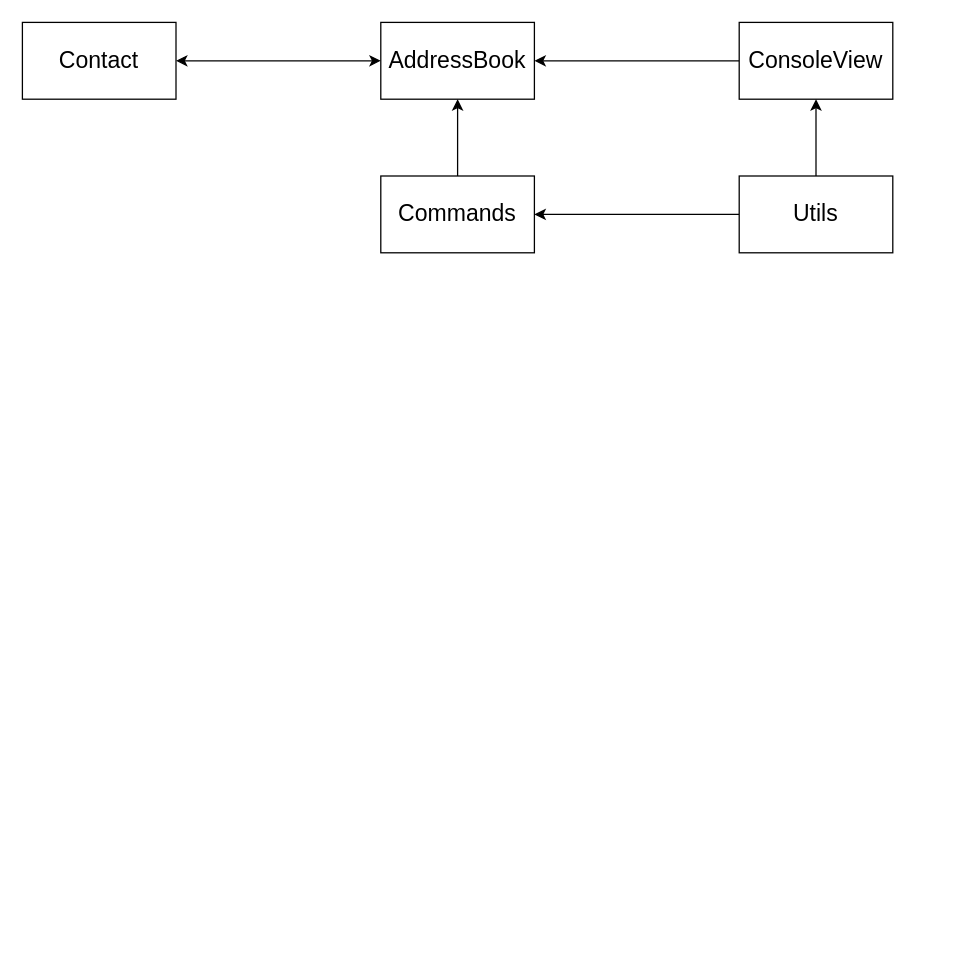
Earlier version of the draw.io diagram uml.drawio (ValKurta/goit-pyweb-hw-01). Source tidied: cells renumbered, new cells numbered last; positions are measured from the earlier drawing's top-left corner, leaving out a move shared by most shapes. Both pictures are drawn from the tidied source at 128%, with x=0, y=0 at pixel (22, 22).
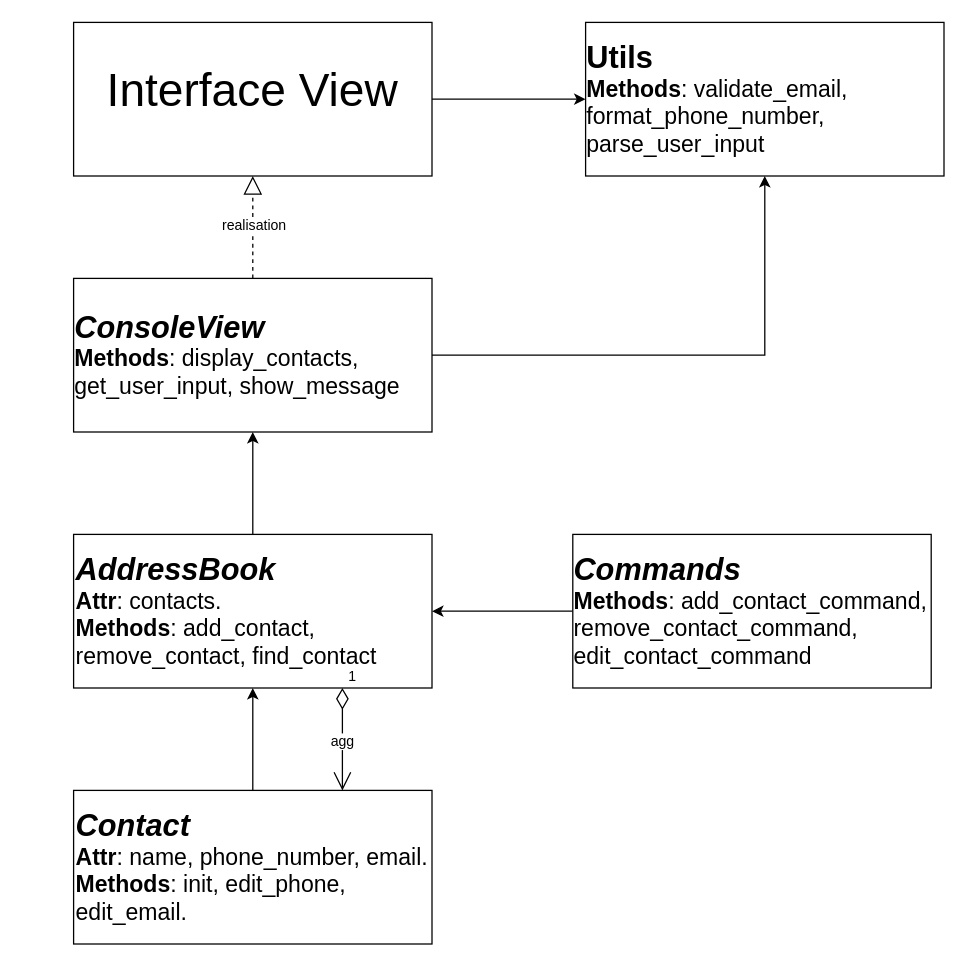
Above is the later version.

Commit message (it also covers changes not shown here):
4.1: +corrected UML diagram

The edit, as a diff of the source:
```diff
@@
 <mxGraphModel>
   <root>
     <mxCell id="0" />
     <mxCell id="1" parent="0" />
+    <mxCell id="11" style="edgeStyle=orthogonalEdgeStyle;rounded=0;jettySize=auto;html=1;exitX=0.5;exitY=0;exitDx=0;exitDy=0;entryX=0.5;entryY=1;entryDx=0;entryDy=0;" parent="1" edge="1" source="2" target="3">
+      <mxGeometry relative="1" as="geometry" />
+    </mxCell>
-    <mxCell id="2" value="&lt;font style=&quot;font-size: 18px;&quot;&gt;Contact&lt;/font&gt;" style="rounded=0;whiteSpace=wrap;html=1;" parent="1" vertex="1">
-      <mxGeometry width="120" height="60" as="geometry" />
+    <mxCell id="2" value="&lt;div style=&quot;&quot;&gt;&lt;span style=&quot;background-color: initial;&quot;&gt;&lt;font style=&quot;font-size: 24px;&quot;&gt;&lt;b&gt;&lt;i&gt;Contact&lt;/i&gt;&lt;/b&gt;&lt;/font&gt;&lt;/span&gt;&lt;/div&gt;&lt;div style=&quot;&quot;&gt;&lt;span style=&quot;background-color: initial; font-size: 18px;&quot;&gt;&lt;b&gt;Attr&lt;/b&gt;: name, phone_number, email.&lt;/span&gt;&lt;/div&gt;&lt;div&gt;&lt;span style=&quot;font-size: 18px; background-color: initial;&quot;&gt;&lt;b&gt;Methods&lt;/b&gt;: &lt;/span&gt;&lt;span style=&quot;font-size: 18px; background-color: initial;&quot;&gt;init&lt;/span&gt;&lt;span style=&quot;font-size: 18px; background-color: initial;&quot;&gt;, edit_phone, edit_email.&lt;/span&gt;&lt;/div&gt;" style="rounded=0;whiteSpace=wrap;html=1;align=left;" parent="1" vertex="1">
+      <mxGeometry x="40" y="600" width="280" height="120" as="geometry" />
     </mxCell>
+    <mxCell id="12" style="edgeStyle=orthogonalEdgeStyle;rounded=0;jettySize=auto;html=1;exitX=0.5;exitY=0;exitDx=0;exitDy=0;entryX=0.5;entryY=1;entryDx=0;entryDy=0;" parent="1" edge="1" source="3" target="5">
+      <mxGeometry relative="1" as="geometry" />
+    </mxCell>
-    <mxCell id="3" value="&lt;font style=&quot;font-size: 18px;&quot;&gt;AddressBook&lt;/font&gt;" style="rounded=0;whiteSpace=wrap;html=1;" parent="1" vertex="1">
-      <mxGeometry x="280" width="120" height="60" as="geometry" />
+    <mxCell id="3" value="&lt;font style=&quot;font-size: 24px;&quot;&gt;&lt;b style=&quot;&quot;&gt;&lt;i&gt;AddressBook&lt;/i&gt;&lt;/b&gt;&lt;/font&gt;&lt;div&gt;&lt;span style=&quot;font-size: 18px; background-color: initial;&quot;&gt;&lt;b&gt;Attr&lt;/b&gt;: contacts.&lt;/span&gt;&lt;/div&gt;&lt;div&gt;&lt;span style=&quot;font-size: 18px; background-color: initial;&quot;&gt;&lt;b&gt;Methods&lt;/b&gt;: add_contact, remove_contact, find_contact&lt;/span&gt;&lt;/div&gt;" style="rounded=0;whiteSpace=wrap;html=1;align=left;" parent="1" vertex="1">
+      <mxGeometry x="40" y="400" width="280" height="120" as="geometry" />
     </mxCell>
-    <mxCell id="4" style="edgeStyle=orthogonalEdgeStyle;rounded=0;jettySize=auto;html=1;exitX=0;exitY=0.5;exitDx=0;exitDy=0;entryX=1;entryY=0.5;entryDx=0;entryDy=0;" parent="1" edge="1" source="5" target="3">
-      <mxGeometry relative="1" as="geometry" />
-    </mxCell>
+    <mxCell id="13" style="edgeStyle=orthogonalEdgeStyle;rounded=0;jettySize=auto;html=1;exitX=1;exitY=0.5;exitDx=0;exitDy=0;entryX=0.5;entryY=1;entryDx=0;entryDy=0;" parent="1" edge="1" source="5" target="10">
+      <mxGeometry relative="1" as="geometry" />
+    </mxCell>
-    <mxCell id="5" value="&lt;font style=&quot;font-size: 18px;&quot;&gt;ConsoleView&lt;/font&gt;" style="rounded=0;whiteSpace=wrap;html=1;" parent="1" vertex="1">
-      <mxGeometry x="560" width="120" height="60" as="geometry" />
+    <mxCell id="5" value="&lt;div style=&quot;text-align: left;&quot;&gt;&lt;span style=&quot;background-color: initial;&quot;&gt;&lt;b style=&quot;&quot;&gt;&lt;i style=&quot;&quot;&gt;&lt;font style=&quot;font-size: 24px;&quot;&gt;ConsoleView&lt;/font&gt;&lt;/i&gt;&lt;/b&gt;&lt;/span&gt;&lt;/div&gt;&lt;div style=&quot;text-align: left;&quot;&gt;&lt;font style=&quot;font-size: 18px;&quot;&gt;&lt;b&gt;Methods&lt;/b&gt;: display_contacts, get_user_input, show_message&lt;br&gt;&lt;/font&gt;&lt;/div&gt;" style="rounded=0;whiteSpace=wrap;html=1;" parent="1" vertex="1">
+      <mxGeometry x="40" y="200" width="280" height="120" as="geometry" />
     </mxCell>
-    <mxCell id="6" style="edgeStyle=orthogonalEdgeStyle;rounded=0;jettySize=auto;html=1;exitX=0.5;exitY=0;exitDx=0;exitDy=0;entryX=0.5;entryY=1;entryDx=0;entryDy=0;" parent="1" edge="1" source="7" target="3">
+    <mxCell id="6" style="edgeStyle=orthogonalEdgeStyle;rounded=0;jettySize=auto;html=1;exitX=0;exitY=0.5;exitDx=0;exitDy=0;entryX=1;entryY=0.5;entryDx=0;entryDy=0;" parent="1" edge="1" source="7" target="3">
       <mxGeometry relative="1" as="geometry" />
     </mxCell>
-    <mxCell id="7" value="&lt;font style=&quot;font-size: 18px;&quot;&gt;Commands&lt;/font&gt;" style="rounded=0;whiteSpace=wrap;html=1;" parent="1" vertex="1">
-      <mxGeometry x="280" y="120" width="120" height="60" as="geometry" />
+    <mxCell id="7" value="&lt;div style=&quot;text-align: left;&quot;&gt;&lt;span style=&quot;background-color: initial;&quot;&gt;&lt;b style=&quot;&quot;&gt;&lt;i style=&quot;&quot;&gt;&lt;font style=&quot;font-size: 24px;&quot;&gt;Commands&lt;/font&gt;&lt;/i&gt;&lt;/b&gt;&lt;/span&gt;&lt;/div&gt;&lt;div style=&quot;text-align: left;&quot;&gt;&lt;font style=&quot;font-size: 18px;&quot;&gt;&lt;b&gt;Methods&lt;/b&gt;: add_contact_command, remove_contact_command, edit_contact_command&lt;br&gt;&lt;/font&gt;&lt;/div&gt;" style="rounded=0;whiteSpace=wrap;html=1;" parent="1" vertex="1">
+      <mxGeometry x="430" y="400" width="280" height="120" as="geometry" />
     </mxCell>
-    <mxCell id="8" style="edgeStyle=orthogonalEdgeStyle;rounded=0;jettySize=auto;html=1;exitX=0;exitY=0.5;exitDx=0;exitDy=0;entryX=1;entryY=0.5;entryDx=0;entryDy=0;" parent="1" edge="1" source="10" target="7">
-      <mxGeometry relative="1" as="geometry" />
-    </mxCell>
-    <mxCell id="9" style="edgeStyle=orthogonalEdgeStyle;rounded=0;jettySize=auto;html=1;exitX=0.5;exitY=0;exitDx=0;exitDy=0;entryX=0.5;entryY=1;entryDx=0;entryDy=0;" parent="1" edge="1" source="10" target="5">
-      <mxGeometry relative="1" as="geometry" />
-    </mxCell>
-    <mxCell id="10" value="&lt;font style=&quot;font-size: 18px;&quot;&gt;Utils&lt;/font&gt;" style="rounded=0;whiteSpace=wrap;html=1;" parent="1" vertex="1">
-      <mxGeometry x="560" y="120" width="120" height="60" as="geometry" />
+    <mxCell id="10" value="&lt;div style=&quot;text-align: left;&quot;&gt;&lt;span style=&quot;background-color: initial;&quot;&gt;&lt;b style=&quot;&quot;&gt;&lt;font style=&quot;font-size: 24px;&quot;&gt;Utils&lt;/font&gt;&lt;/b&gt;&lt;/span&gt;&lt;/div&gt;&lt;div style=&quot;text-align: left;&quot;&gt;&lt;span style=&quot;font-size: 18px; background-color: initial;&quot;&gt;&lt;b&gt;Methods&lt;/b&gt;: validate_email, format_phone_number, parse_user_input&lt;/span&gt;&lt;br&gt;&lt;/div&gt;" style="rounded=0;whiteSpace=wrap;html=1;" parent="1" vertex="1">
+      <mxGeometry x="440" width="280" height="120" as="geometry" />
     </mxCell>
-    <mxCell id="11" style="endArrow=classic;startArrow=classic;html=1;rounded=0;exitX=1;exitY=0.5;exitDx=0;exitDy=0;entryX=0;entryY=0.5;entryDx=0;entryDy=0;" parent="1" edge="1" source="2" target="3">
-      <mxGeometry relative="1" as="geometry" />
-    </mxCell>
+    <mxCell id="14" style="edgeStyle=orthogonalEdgeStyle;rounded=0;jettySize=auto;html=1;exitX=1;exitY=0.5;exitDx=0;exitDy=0;entryX=0;entryY=0.5;entryDx=0;entryDy=0;" parent="1" edge="1" source="15" target="10">
+      <mxGeometry relative="1" as="geometry" />
+    </mxCell>
+    <mxCell id="15" value="&lt;font style=&quot;font-size: 36px;&quot;&gt;Interface View&lt;/font&gt;&lt;div&gt;&lt;br&gt;&lt;/div&gt;" style="rounded=0;whiteSpace=wrap;html=1;" parent="1" vertex="1">
+      <mxGeometry x="40" width="280" height="120" as="geometry" />
+    </mxCell>
+    <mxCell id="16" value="1" style="endArrow=open;html=1;endSize=12;startArrow=diamondThin;startSize=14;startFill=0;edgeStyle=orthogonalEdgeStyle;align=left;verticalAlign=bottom;rounded=0;exitX=0.75;exitY=1;exitDx=0;exitDy=0;entryX=0.75;entryY=0;entryDx=0;entryDy=0;" parent="1" edge="1" source="3" target="2">
+      <mxGeometry x="-1" y="3" relative="1" as="geometry" />
+    </mxCell>
+    <mxCell id="17" value="agg" style="edgeLabel;html=1;align=center;verticalAlign=middle;" parent="16" vertex="1">
+      <mxGeometry x="0.03" y="-1" relative="1" as="geometry" />
+    </mxCell>
+    <mxCell id="18" style="endArrow=block;dashed=1;endFill=0;endSize=12;html=1;rounded=0;entryX=0.5;entryY=1;entryDx=0;entryDy=0;exitX=0.5;exitY=0;exitDx=0;exitDy=0;" parent="1" edge="1" source="5" target="15">
+      <mxGeometry relative="1" as="geometry" />
+    </mxCell>
+    <mxCell id="19" value="realisation" style="edgeLabel;html=1;align=center;verticalAlign=middle;" parent="18" vertex="1">
+      <mxGeometry x="0.05" relative="1" as="geometry" />
+    </mxCell>
   </root>
 </mxGraphModel>
```
